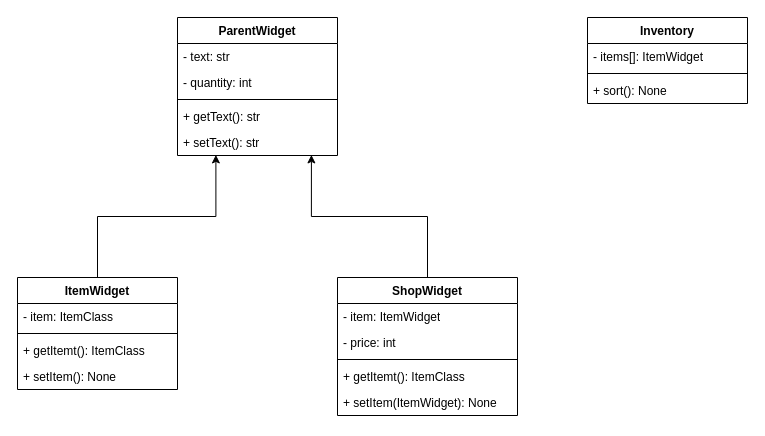
This is docs/team_lead_1/andersen_class_diagram.drawio from proph-et/uidaho-cs-3383-nitrogen-interactive, a draw.io file, before an edit. Source tidied: cells renumbered, new cells numbered last; positions are measured from the earlier drawing's top-left corner, leaving out a move shared by most shapes. Both pictures are drawn from the tidied source at 100%, with x=0, y=0 at pixel (17, 17).
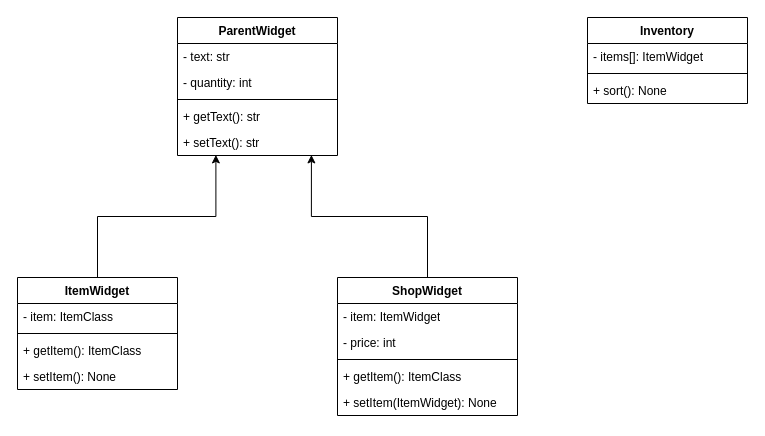
The same diagram, later.

The change refers to these unchanged cells:
```xml
<mxCell id="8" value="ItemWidget" style="swimlane;fontStyle=1;align=center;verticalAlign=top;horizontal=1;startSize=26;whiteSpace=wrap;html=1;" parent="1" vertex="1">
  <mxGeometry y="260" width="160" height="112" as="geometry" />
</mxCell>
<mxCell id="13" value="ShopWidget" style="swimlane;fontStyle=1;align=center;verticalAlign=top;horizontal=1;startSize=26;whiteSpace=wrap;html=1;" parent="1" vertex="1">
  <mxGeometry x="320" y="260" width="180" height="138" as="geometry" />
</mxCell>
```

Diff of the diagram source:
```diff
@@
-    <mxCell id="11" value="+ getItemt(): ItemClass" style="text;strokeColor=none;fillColor=none;align=left;verticalAlign=top;spacingLeft=4;spacingRight=4;overflow=hidden;whiteSpace=wrap;html=1;" parent="8" vertex="1">
+    <mxCell id="11" value="+ getItem(): ItemClass" style="text;strokeColor=none;fillColor=none;align=left;verticalAlign=top;spacingLeft=4;spacingRight=4;overflow=hidden;whiteSpace=wrap;html=1;" parent="8" vertex="1">
       <mxGeometry y="60" width="160" height="26" as="geometry" />
     </mxCell>
@@
-    <mxCell id="17" value="+ getItemt(): ItemClass" style="text;strokeColor=none;fillColor=none;align=left;verticalAlign=top;spacingLeft=4;spacingRight=4;overflow=hidden;whiteSpace=wrap;html=1;" parent="13" vertex="1">
+    <mxCell id="17" value="+ getItem(): ItemClass" style="text;strokeColor=none;fillColor=none;align=left;verticalAlign=top;spacingLeft=4;spacingRight=4;overflow=hidden;whiteSpace=wrap;html=1;" parent="13" vertex="1">
       <mxGeometry y="86" width="180" height="26" as="geometry" />
     </mxCell>
```
